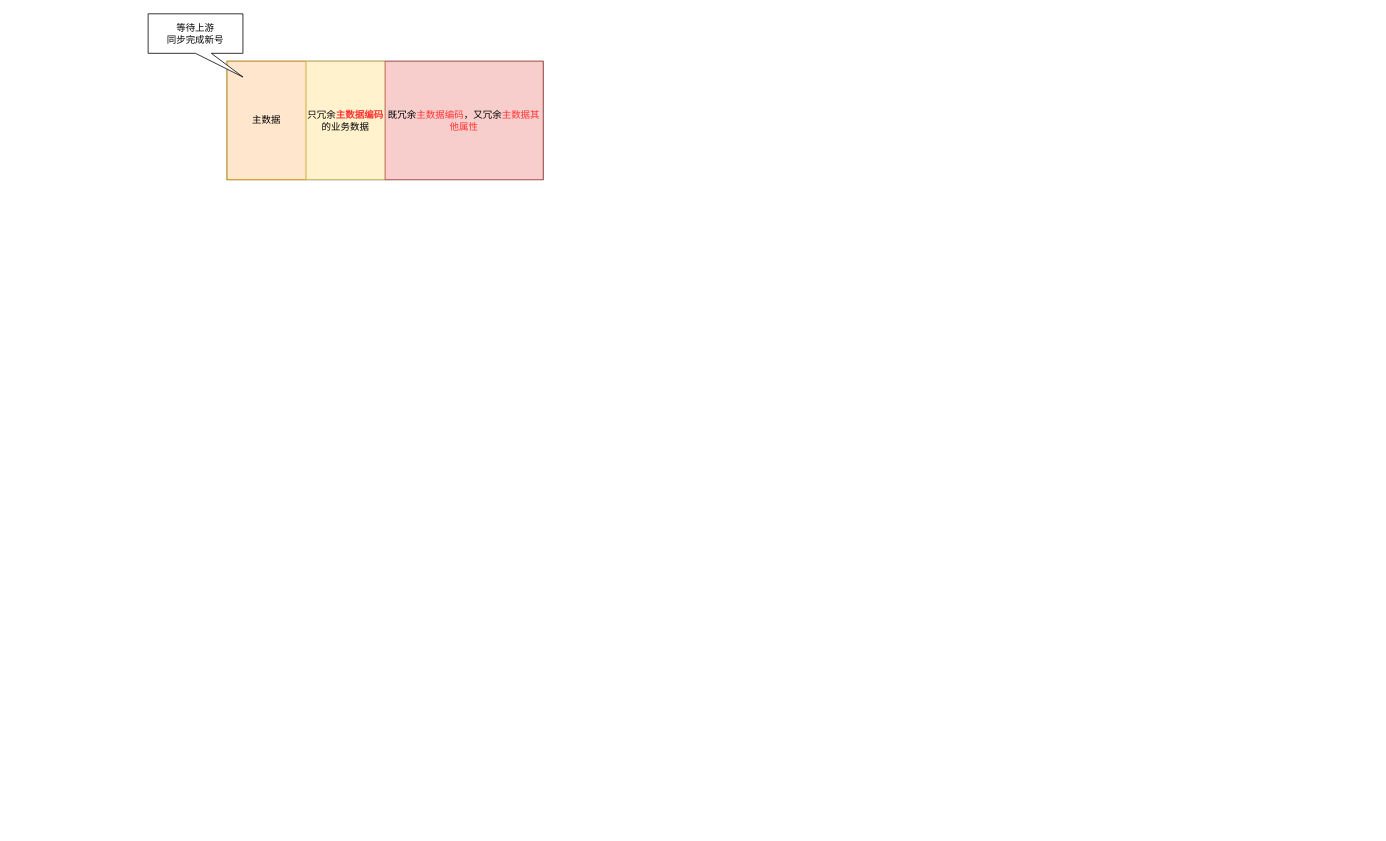
This is 组织变更需求介绍.drawio from 18857545022/-, a draw.io file, before an edit. Source tidied: cells renumbered, new cells numbered last; positions are measured from the earlier drawing's top-left corner, leaving out a move shared by most shapes. Both pictures are drawn from the tidied source at 79%, with x=0, y=0 at pixel (148, 13).
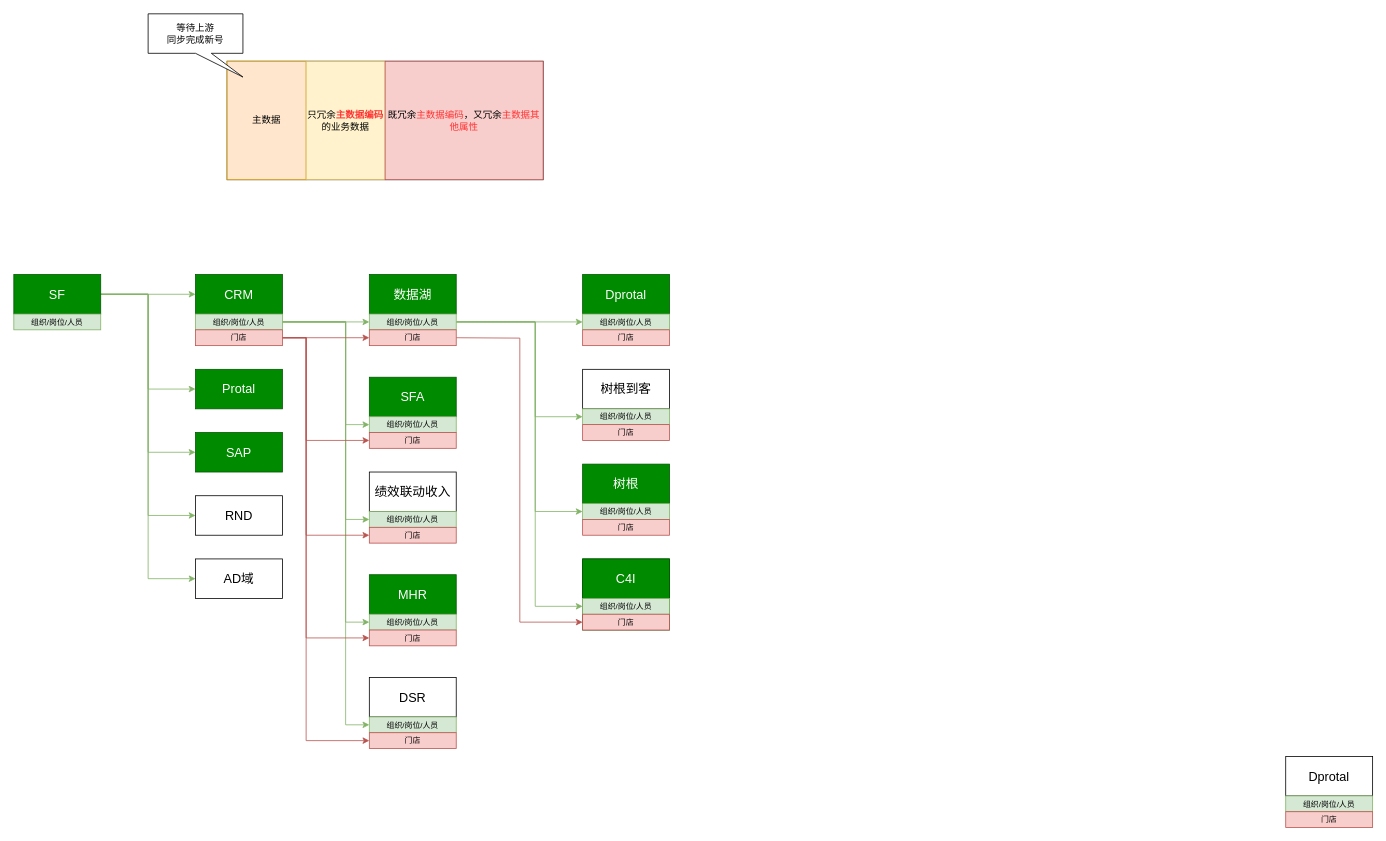
The same page after the edit.

Commit message (it also covers changes not shown here):
更新组织变更需求介绍.drawio

The edit, as a diff of the source:
```diff
@@
+    <mxCell id="7" style="edgeStyle=orthogonalEdgeStyle;rounded=0;jettySize=auto;html=1;exitX=1;exitY=0.5;exitDx=0;exitDy=0;entryX=0;entryY=0.5;entryDx=0;entryDy=0;fillColor=#d5e8d4;strokeColor=#82b366;" parent="1" edge="1" source="12" target="14">
+      <mxGeometry relative="1" as="geometry" />
+    </mxCell>
+    <mxCell id="8" style="edgeStyle=orthogonalEdgeStyle;rounded=0;jettySize=auto;html=1;exitX=1;exitY=0.5;exitDx=0;exitDy=0;entryX=0;entryY=0.5;entryDx=0;entryDy=0;fillColor=#d5e8d4;strokeColor=#82b366;" parent="1" edge="1" source="12" target="27">
+      <mxGeometry relative="1" as="geometry" />
+    </mxCell>
+    <mxCell id="9" style="edgeStyle=orthogonalEdgeStyle;rounded=0;jettySize=auto;html=1;exitX=1;exitY=0.5;exitDx=0;exitDy=0;entryX=0;entryY=0.5;entryDx=0;entryDy=0;fillColor=#d5e8d4;strokeColor=#82b366;" parent="1" edge="1" source="12" target="28">
+      <mxGeometry relative="1" as="geometry" />
+    </mxCell>
+    <mxCell id="10" style="edgeStyle=orthogonalEdgeStyle;rounded=0;jettySize=auto;html=1;exitX=1;exitY=0.5;exitDx=0;exitDy=0;entryX=0;entryY=0.5;entryDx=0;entryDy=0;fillColor=#d5e8d4;strokeColor=#82b366;" parent="1" edge="1" source="12" target="29">
+      <mxGeometry relative="1" as="geometry" />
+    </mxCell>
+    <mxCell id="11" style="edgeStyle=orthogonalEdgeStyle;rounded=0;jettySize=auto;html=1;exitX=1;exitY=0.5;exitDx=0;exitDy=0;entryX=0;entryY=0.5;entryDx=0;entryDy=0;fillColor=#d5e8d4;strokeColor=#82b366;" parent="1" edge="1" source="12" target="30">
+      <mxGeometry relative="1" as="geometry" />
+    </mxCell>
+    <mxCell id="12" value="&lt;font style=&quot;font-size: 16px;&quot;&gt;SF&lt;/font&gt;" style="rounded=0;whiteSpace=wrap;html=1;fillColor=#008a00;fontColor=#ffffff;strokeColor=#005700;" parent="1" vertex="1">
+      <mxGeometry x="-170" y="330" width="110" height="50" as="geometry" />
+    </mxCell>
+    <mxCell id="13" value="&lt;font style=&quot;font-size: 10px;&quot;&gt;组织/岗位/人员&lt;/font&gt;" style="rounded=0;whiteSpace=wrap;html=1;fillColor=#d5e8d4;strokeColor=#82b366;" parent="1" vertex="1">
+      <mxGeometry x="-170" y="380" width="110" height="20" as="geometry" />
+    </mxCell>
+    <mxCell id="14" value="&lt;font style=&quot;font-size: 16px;&quot;&gt;CRM&lt;/font&gt;" style="rounded=0;whiteSpace=wrap;html=1;fillColor=#008a00;fontColor=#ffffff;strokeColor=#005700;" parent="1" vertex="1">
+      <mxGeometry x="60" y="330" width="110" height="50" as="geometry" />
+    </mxCell>
+    <mxCell id="15" style="edgeStyle=orthogonalEdgeStyle;rounded=0;jettySize=auto;html=1;exitX=1;exitY=0.5;exitDx=0;exitDy=0;entryX=0;entryY=0.5;entryDx=0;entryDy=0;fillColor=#d5e8d4;strokeColor=#82b366;" parent="1" edge="1" source="20" target="67">
+      <mxGeometry relative="1" as="geometry" />
+    </mxCell>
+    <mxCell id="16" style="edgeStyle=orthogonalEdgeStyle;rounded=0;jettySize=auto;html=1;exitX=1;exitY=0.5;exitDx=0;exitDy=0;entryX=0;entryY=0.5;entryDx=0;entryDy=0;fillColor=#d5e8d4;strokeColor=#82b366;" parent="1" edge="1" source="20" target="32">
+      <mxGeometry relative="1" as="geometry">
+        <Array as="points">
+          <mxPoint x="250" y="390" />
+          <mxPoint x="250" y="520" />
+        </Array>
+      </mxGeometry>
+    </mxCell>
+    <mxCell id="17" style="edgeStyle=orthogonalEdgeStyle;rounded=0;jettySize=auto;html=1;exitX=1;exitY=0.5;exitDx=0;exitDy=0;entryX=0;entryY=0.5;entryDx=0;entryDy=0;fillColor=#d5e8d4;strokeColor=#82b366;" parent="1" edge="1" source="20" target="35">
+      <mxGeometry relative="1" as="geometry">
+        <Array as="points">
+          <mxPoint x="250" y="390" />
+          <mxPoint x="250" y="640" />
+        </Array>
+      </mxGeometry>
+    </mxCell>
+    <mxCell id="18" style="edgeStyle=orthogonalEdgeStyle;rounded=0;jettySize=auto;html=1;exitX=1;exitY=0.5;exitDx=0;exitDy=0;entryX=0;entryY=0.5;entryDx=0;entryDy=0;fillColor=#d5e8d4;strokeColor=#82b366;" parent="1" edge="1" source="20" target="38">
+      <mxGeometry relative="1" as="geometry">
+        <Array as="points">
+          <mxPoint x="250" y="390" />
+          <mxPoint x="250" y="770" />
+        </Array>
+      </mxGeometry>
+    </mxCell>
+    <mxCell id="19" style="edgeStyle=orthogonalEdgeStyle;rounded=0;jettySize=auto;html=1;exitX=1;exitY=0.5;exitDx=0;exitDy=0;entryX=0;entryY=0.5;entryDx=0;entryDy=0;fillColor=#d5e8d4;strokeColor=#82b366;" parent="1" edge="1" source="20" target="41">
+      <mxGeometry relative="1" as="geometry">
+        <Array as="points">
+          <mxPoint x="250" y="390" />
+          <mxPoint x="250" y="900" />
+        </Array>
+      </mxGeometry>
+    </mxCell>
+    <mxCell id="20" value="&lt;font style=&quot;font-size: 10px;&quot;&gt;组织/岗位/人员&lt;/font&gt;" style="rounded=0;whiteSpace=wrap;html=1;fillColor=#d5e8d4;strokeColor=#82b366;" parent="1" vertex="1">
+      <mxGeometry x="60" y="380" width="110" height="20" as="geometry" />
+    </mxCell>
+    <mxCell id="21" style="edgeStyle=orthogonalEdgeStyle;rounded=0;jettySize=auto;html=1;exitX=1;exitY=0.5;exitDx=0;exitDy=0;entryX=0;entryY=0.5;entryDx=0;entryDy=0;fillColor=#f8cecc;strokeColor=#b85450;" parent="1" edge="1" source="26" target="68">
+      <mxGeometry relative="1" as="geometry" />
+    </mxCell>
+    <mxCell id="22" style="edgeStyle=orthogonalEdgeStyle;rounded=0;jettySize=auto;html=1;exitX=1;exitY=0.5;exitDx=0;exitDy=0;entryX=0;entryY=0.5;entryDx=0;entryDy=0;fillColor=#f8cecc;strokeColor=#b85450;" parent="1" edge="1" source="26" target="33">
+      <mxGeometry relative="1" as="geometry">
+        <Array as="points">
+          <mxPoint x="200" y="410" />
+          <mxPoint x="200" y="540" />
+        </Array>
+      </mxGeometry>
+    </mxCell>
+    <mxCell id="23" style="edgeStyle=orthogonalEdgeStyle;rounded=0;jettySize=auto;html=1;exitX=1;exitY=0.5;exitDx=0;exitDy=0;entryX=0;entryY=0.5;entryDx=0;entryDy=0;fillColor=#f8cecc;strokeColor=#b85450;" parent="1" edge="1" source="26" target="36">
+      <mxGeometry relative="1" as="geometry">
+        <Array as="points">
+          <mxPoint x="200" y="410" />
+          <mxPoint x="200" y="660" />
+        </Array>
+      </mxGeometry>
+    </mxCell>
+    <mxCell id="24" style="edgeStyle=orthogonalEdgeStyle;rounded=0;jettySize=auto;html=1;exitX=1;exitY=0.5;exitDx=0;exitDy=0;entryX=0;entryY=0.5;entryDx=0;entryDy=0;fillColor=#f8cecc;strokeColor=#b85450;" parent="1" edge="1" source="26" target="39">
+      <mxGeometry relative="1" as="geometry">
+        <Array as="points">
+          <mxPoint x="200" y="410" />
+          <mxPoint x="200" y="790" />
+        </Array>
+      </mxGeometry>
+    </mxCell>
+    <mxCell id="25" style="edgeStyle=orthogonalEdgeStyle;rounded=0;jettySize=auto;html=1;exitX=1;exitY=0.5;exitDx=0;exitDy=0;entryX=0;entryY=0.5;entryDx=0;entryDy=0;fillColor=#f8cecc;strokeColor=#b85450;" parent="1" edge="1" source="26" target="42">
+      <mxGeometry relative="1" as="geometry">
+        <Array as="points">
+          <mxPoint x="200" y="410" />
+          <mxPoint x="200" y="920" />
+        </Array>
+      </mxGeometry>
+    </mxCell>
+    <mxCell id="26" value="&lt;span style=&quot;font-size: 10px;&quot;&gt;门店&lt;/span&gt;" style="rounded=0;whiteSpace=wrap;html=1;fillColor=#f8cecc;strokeColor=#b85450;" parent="1" vertex="1">
+      <mxGeometry x="60" y="400" width="110" height="20" as="geometry" />
+    </mxCell>
+    <mxCell id="27" value="&lt;font style=&quot;font-size: 16px;&quot;&gt;Protal&lt;/font&gt;" style="rounded=0;whiteSpace=wrap;html=1;fillColor=#008a00;fontColor=#ffffff;strokeColor=#005700;" parent="1" vertex="1">
+      <mxGeometry x="60" y="450" width="110" height="50" as="geometry" />
+    </mxCell>
+    <mxCell id="28" value="&lt;span style=&quot;font-size: 16px;&quot;&gt;SAP&lt;/span&gt;" style="rounded=0;whiteSpace=wrap;html=1;fillColor=#008a00;fontColor=#ffffff;strokeColor=#005700;" parent="1" vertex="1">
+      <mxGeometry x="60" y="530" width="110" height="50" as="geometry" />
+    </mxCell>
+    <mxCell id="29" value="&lt;span style=&quot;font-size: 16px;&quot;&gt;RND&lt;/span&gt;" style="rounded=0;whiteSpace=wrap;html=1;" parent="1" vertex="1">
+      <mxGeometry x="60" y="610" width="110" height="50" as="geometry" />
+    </mxCell>
+    <mxCell id="30" value="&lt;span style=&quot;font-size: 16px;&quot;&gt;AD域&lt;/span&gt;" style="rounded=0;whiteSpace=wrap;html=1;" parent="1" vertex="1">
+      <mxGeometry x="60" y="690" width="110" height="50" as="geometry" />
+    </mxCell>
+    <mxCell id="31" value="&lt;font style=&quot;font-size: 16px;&quot;&gt;SFA&lt;/font&gt;" style="rounded=0;whiteSpace=wrap;html=1;fillColor=#008a00;fontColor=#ffffff;strokeColor=#005700;" parent="1" vertex="1">
+      <mxGeometry x="280" y="460" width="110" height="50" as="geometry" />
+    </mxCell>
+    <mxCell id="32" value="&lt;font style=&quot;font-size: 10px;&quot;&gt;组织/岗位/人员&lt;/font&gt;" style="rounded=0;whiteSpace=wrap;html=1;fillColor=#d5e8d4;strokeColor=#82b366;" parent="1" vertex="1">
+      <mxGeometry x="280" y="510" width="110" height="20" as="geometry" />
+    </mxCell>
+    <mxCell id="33" value="&lt;span style=&quot;font-size: 10px;&quot;&gt;门店&lt;/span&gt;" style="rounded=0;whiteSpace=wrap;html=1;fillColor=#f8cecc;strokeColor=#b85450;" parent="1" vertex="1">
+      <mxGeometry x="280" y="530" width="110" height="20" as="geometry" />
+    </mxCell>
+    <mxCell id="34" value="&lt;span style=&quot;font-size: 16px;&quot;&gt;绩效联动收入&lt;/span&gt;" style="rounded=0;whiteSpace=wrap;html=1;" parent="1" vertex="1">
+      <mxGeometry x="280" y="580" width="110" height="50" as="geometry" />
+    </mxCell>
+    <mxCell id="35" value="&lt;font style=&quot;font-size: 10px;&quot;&gt;组织/岗位/人员&lt;/font&gt;" style="rounded=0;whiteSpace=wrap;html=1;fillColor=#d5e8d4;strokeColor=#82b366;" parent="1" vertex="1">
+      <mxGeometry x="280" y="630" width="110" height="20" as="geometry" />
+    </mxCell>
+    <mxCell id="36" value="&lt;span style=&quot;font-size: 10px;&quot;&gt;门店&lt;/span&gt;" style="rounded=0;whiteSpace=wrap;html=1;fillColor=#f8cecc;strokeColor=#b85450;" parent="1" vertex="1">
+      <mxGeometry x="280" y="650" width="110" height="20" as="geometry" />
+    </mxCell>
+    <mxCell id="37" value="&lt;span style=&quot;font-size: 16px;&quot;&gt;MHR&lt;/span&gt;" style="rounded=0;whiteSpace=wrap;html=1;fillColor=#008a00;fontColor=#ffffff;strokeColor=#005700;" parent="1" vertex="1">
+      <mxGeometry x="280" y="710" width="110" height="50" as="geometry" />
+    </mxCell>
+    <mxCell id="38" value="&lt;font style=&quot;font-size: 10px;&quot;&gt;组织/岗位/人员&lt;/font&gt;" style="rounded=0;whiteSpace=wrap;html=1;fillColor=#d5e8d4;strokeColor=#82b366;" parent="1" vertex="1">
+      <mxGeometry x="280" y="760" width="110" height="20" as="geometry" />
+    </mxCell>
+    <mxCell id="39" value="&lt;span style=&quot;font-size: 10px;&quot;&gt;门店&lt;/span&gt;" style="rounded=0;whiteSpace=wrap;html=1;fillColor=#f8cecc;strokeColor=#b85450;" parent="1" vertex="1">
+      <mxGeometry x="280" y="780" width="110" height="20" as="geometry" />
+    </mxCell>
+    <mxCell id="40" value="&lt;span style=&quot;font-size: 16px;&quot;&gt;DSR&lt;/span&gt;" style="rounded=0;whiteSpace=wrap;html=1;" parent="1" vertex="1">
+      <mxGeometry x="280" y="840" width="110" height="50" as="geometry" />
+    </mxCell>
+    <mxCell id="41" value="&lt;font style=&quot;font-size: 10px;&quot;&gt;组织/岗位/人员&lt;/font&gt;" style="rounded=0;whiteSpace=wrap;html=1;fillColor=#d5e8d4;strokeColor=#82b366;" parent="1" vertex="1">
+      <mxGeometry x="280" y="890" width="110" height="20" as="geometry" />
+    </mxCell>
+    <mxCell id="42" value="&lt;span style=&quot;font-size: 10px;&quot;&gt;门店&lt;/span&gt;" style="rounded=0;whiteSpace=wrap;html=1;fillColor=#f8cecc;strokeColor=#b85450;" parent="1" vertex="1">
+      <mxGeometry x="280" y="910" width="110" height="20" as="geometry" />
+    </mxCell>
+    <mxCell id="43" style="edgeStyle=orthogonalEdgeStyle;rounded=0;jettySize=auto;html=1;exitX=1;exitY=0.5;exitDx=0;exitDy=0;entryX=0;entryY=0.5;entryDx=0;entryDy=0;fillColor=#d5e8d4;strokeColor=#82b366;" parent="1" edge="1" source="67" target="64">
+      <mxGeometry relative="1" as="geometry" />
+    </mxCell>
+    <mxCell id="44" style="group;" parent="1" vertex="1">
+      <mxGeometry x="550" y="450" width="110" height="90" as="geometry" />
+    </mxCell>
+    <mxCell id="45" value="&lt;span style=&quot;font-size: 16px;&quot;&gt;树根到客&lt;/span&gt;" style="rounded=0;whiteSpace=wrap;html=1;" parent="44" vertex="1">
+      <mxGeometry width="110" height="50" as="geometry" />
+    </mxCell>
+    <mxCell id="46" value="&lt;font style=&quot;font-size: 10px;&quot;&gt;组织/岗位/人员&lt;/font&gt;" style="rounded=0;whiteSpace=wrap;html=1;fillColor=#d5e8d4;strokeColor=#82b366;" parent="44" vertex="1">
+      <mxGeometry y="50" width="110" height="20" as="geometry" />
+    </mxCell>
+    <mxCell id="47" value="&lt;span style=&quot;font-size: 10px;&quot;&gt;门店&lt;/span&gt;" style="rounded=0;whiteSpace=wrap;html=1;fillColor=#f8cecc;strokeColor=#b85450;" parent="44" vertex="1">
+      <mxGeometry y="70" width="110" height="20" as="geometry" />
+    </mxCell>
+    <mxCell id="48" style="group;" parent="1" vertex="1">
+      <mxGeometry x="1440" y="940" width="110" height="90" as="geometry" />
+    </mxCell>
+    <mxCell id="49" value="&lt;span style=&quot;font-size: 16px;&quot;&gt;Dprotal&lt;/span&gt;" style="rounded=0;whiteSpace=wrap;html=1;" parent="48" vertex="1">
+      <mxGeometry width="110" height="50" as="geometry" />
+    </mxCell>
+    <mxCell id="50" value="&lt;font style=&quot;font-size: 10px;&quot;&gt;组织/岗位/人员&lt;/font&gt;" style="rounded=0;whiteSpace=wrap;html=1;fillColor=#d5e8d4;strokeColor=#82b366;" parent="48" vertex="1">
+      <mxGeometry y="50" width="110" height="20" as="geometry" />
+    </mxCell>
+    <mxCell id="51" value="&lt;span style=&quot;font-size: 10px;&quot;&gt;门店&lt;/span&gt;" style="rounded=0;whiteSpace=wrap;html=1;fillColor=#f8cecc;strokeColor=#b85450;" parent="48" vertex="1">
+      <mxGeometry y="70" width="110" height="20" as="geometry" />
+    </mxCell>
+    <mxCell id="52" style="group;fillColor=#008a00;fontColor=#ffffff;strokeColor=#005700;" parent="1" vertex="1">
+      <mxGeometry x="550" y="690" width="110" height="90" as="geometry" />
+    </mxCell>
+    <mxCell id="53" style="edgeStyle=orthogonalEdgeStyle;rounded=0;jettySize=auto;html=1;entryX=0;entryY=0.5;entryDx=0;entryDy=0;fillColor=#f8cecc;strokeColor=#b85450;" parent="1" edge="1" target="59">
+      <mxGeometry relative="1" as="geometry">
+        <mxPoint x="390" y="410" as="sourcePoint" />
+      </mxGeometry>
+    </mxCell>
+    <mxCell id="54" style="edgeStyle=orthogonalEdgeStyle;rounded=0;jettySize=auto;html=1;exitX=1;exitY=0.5;exitDx=0;exitDy=0;entryX=0;entryY=0.5;entryDx=0;entryDy=0;fillColor=#d5e8d4;strokeColor=#82b366;" parent="1" edge="1" source="67" target="46">
+      <mxGeometry relative="1" as="geometry">
+        <Array as="points">
+          <mxPoint x="490" y="390" />
+          <mxPoint x="490" y="510" />
+        </Array>
+      </mxGeometry>
+    </mxCell>
+    <mxCell id="55" style="edgeStyle=orthogonalEdgeStyle;rounded=0;jettySize=auto;html=1;exitX=1;exitY=0.5;exitDx=0;exitDy=0;entryX=0;entryY=0.5;entryDx=0;entryDy=0;fillColor=#d5e8d4;strokeColor=#82b366;" parent="1" edge="1" source="67" target="61">
+      <mxGeometry relative="1" as="geometry">
+        <Array as="points">
+          <mxPoint x="490" y="390" />
+          <mxPoint x="490" y="630" />
+        </Array>
+      </mxGeometry>
+    </mxCell>
+    <mxCell id="56" style="edgeStyle=orthogonalEdgeStyle;rounded=0;jettySize=auto;html=1;exitX=1;exitY=0.5;exitDx=0;exitDy=0;entryX=0;entryY=0.5;entryDx=0;entryDy=0;fillColor=#d5e8d4;strokeColor=#82b366;" parent="1" edge="1" source="67" target="58">
+      <mxGeometry relative="1" as="geometry">
+        <Array as="points">
+          <mxPoint x="490" y="390" />
+          <mxPoint x="490" y="750" />
+        </Array>
+      </mxGeometry>
+    </mxCell>
+    <mxCell id="57" value="&lt;span style=&quot;font-size: 16px;&quot;&gt;C4I&lt;/span&gt;" style="rounded=0;whiteSpace=wrap;html=1;fillColor=#008a00;fontColor=#ffffff;strokeColor=#005700;" parent="1" vertex="1">
+      <mxGeometry x="550" y="690" width="110" height="50" as="geometry" />
+    </mxCell>
+    <mxCell id="58" value="&lt;font style=&quot;font-size: 10px;&quot;&gt;组织/岗位/人员&lt;/font&gt;" style="rounded=0;whiteSpace=wrap;html=1;fillColor=#d5e8d4;strokeColor=#82b366;" parent="1" vertex="1">
+      <mxGeometry x="550" y="740" width="110" height="20" as="geometry" />
+    </mxCell>
+    <mxCell id="59" value="&lt;span style=&quot;font-size: 10px;&quot;&gt;门店&lt;/span&gt;" style="rounded=0;whiteSpace=wrap;html=1;fillColor=#f8cecc;strokeColor=#b85450;" parent="1" vertex="1">
+      <mxGeometry x="550" y="760" width="110" height="20" as="geometry" />
+    </mxCell>
+    <mxCell id="60" value="&lt;span style=&quot;font-size: 16px;&quot;&gt;树根&lt;/span&gt;" style="rounded=0;whiteSpace=wrap;html=1;fillColor=#008a00;fontColor=#ffffff;strokeColor=#005700;" parent="1" vertex="1">
+      <mxGeometry x="550" y="570" width="110" height="50" as="geometry" />
+    </mxCell>
+    <mxCell id="61" value="&lt;font style=&quot;font-size: 10px;&quot;&gt;组织/岗位/人员&lt;/font&gt;" style="rounded=0;whiteSpace=wrap;html=1;fillColor=#d5e8d4;strokeColor=#82b366;" parent="1" vertex="1">
+      <mxGeometry x="550" y="620" width="110" height="20" as="geometry" />
+    </mxCell>
+    <mxCell id="62" value="&lt;span style=&quot;font-size: 10px;&quot;&gt;门店&lt;/span&gt;" style="rounded=0;whiteSpace=wrap;html=1;fillColor=#f8cecc;strokeColor=#b85450;" parent="1" vertex="1">
+      <mxGeometry x="550" y="640" width="110" height="20" as="geometry" />
+    </mxCell>
+    <mxCell id="63" value="&lt;span style=&quot;font-size: 16px;&quot;&gt;Dprotal&lt;/span&gt;" style="rounded=0;whiteSpace=wrap;html=1;fillColor=#008a00;fontColor=#ffffff;strokeColor=#005700;" parent="1" vertex="1">
+      <mxGeometry x="550" y="330" width="110" height="50" as="geometry" />
+    </mxCell>
+    <mxCell id="64" value="&lt;font style=&quot;font-size: 10px;&quot;&gt;组织/岗位/人员&lt;/font&gt;" style="rounded=0;whiteSpace=wrap;html=1;fillColor=#d5e8d4;strokeColor=#82b366;" parent="1" vertex="1">
+      <mxGeometry x="550" y="380" width="110" height="20" as="geometry" />
+    </mxCell>
+    <mxCell id="65" value="&lt;span style=&quot;font-size: 10px;&quot;&gt;门店&lt;/span&gt;" style="rounded=0;whiteSpace=wrap;html=1;fillColor=#f8cecc;strokeColor=#b85450;" parent="1" vertex="1">
+      <mxGeometry x="550" y="400" width="110" height="20" as="geometry" />
+    </mxCell>
+    <mxCell id="66" value="&lt;font style=&quot;font-size: 16px;&quot;&gt;数据湖&lt;/font&gt;" style="rounded=0;whiteSpace=wrap;html=1;fillColor=#008a00;fontColor=#ffffff;strokeColor=#005700;" parent="1" vertex="1">
+      <mxGeometry x="280" y="330" width="110" height="50" as="geometry" />
+    </mxCell>
+    <mxCell id="67" value="&lt;font style=&quot;font-size: 10px;&quot;&gt;组织/岗位/人员&lt;/font&gt;" style="rounded=0;whiteSpace=wrap;html=1;fillColor=#d5e8d4;strokeColor=#82b366;" parent="1" vertex="1">
+      <mxGeometry x="280" y="380" width="110" height="20" as="geometry" />
+    </mxCell>
+    <mxCell id="68" value="&lt;span style=&quot;font-size: 10px;&quot;&gt;门店&lt;/span&gt;" style="rounded=0;whiteSpace=wrap;html=1;fillColor=#f8cecc;strokeColor=#b85450;" parent="1" vertex="1">
+      <mxGeometry x="280" y="400" width="110" height="20" as="geometry" />
+    </mxCell>
```
